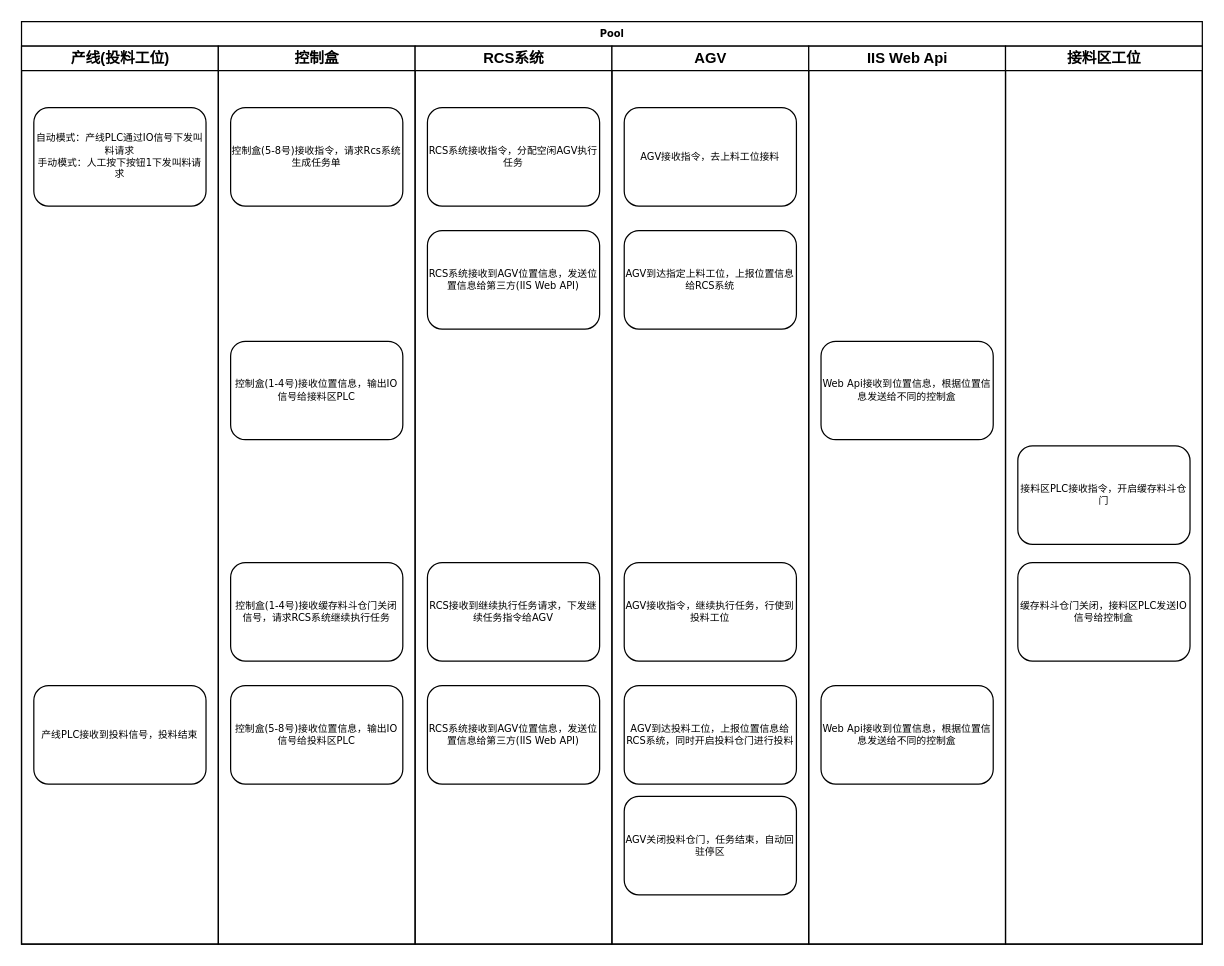
Above: data/0725逻辑图.drawio in chenyanxi/hosts (draw.io), before the change. Source tidied: cells renumbered, new cells numbered last; positions are measured from the earlier drawing's top-left corner, leaving out a move shared by most shapes. Both pictures are drawn from the tidied source at 123%, with x=0, y=0 at pixel (21, 21).
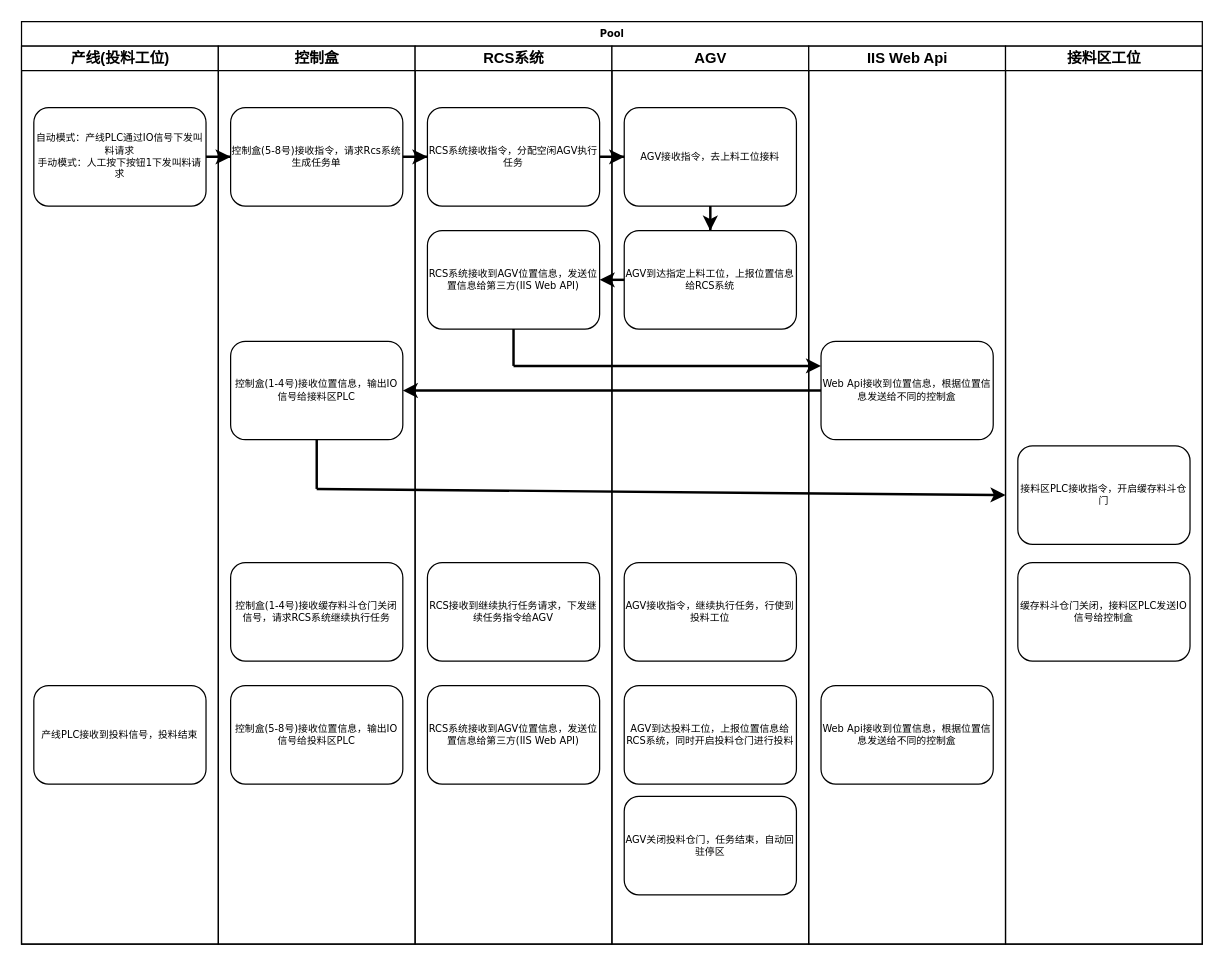
After the change.

Commit message (it also covers changes not shown here):
更新0725逻辑图.drawio

Unchanged cells that the change refers to:
```xml
<mxCell id="2" value="Pool" style="swimlane;html=1;startSize=20;rounded=0;shadow=0;labelBackgroundColor=none;strokeWidth=1;fontFamily=Verdana;fontSize=8;align=center;" parent="1" vertex="1">
  <mxGeometry width="960" height="750" as="geometry" />
</mxCell>
<mxCell id="4" value="自动模式：产线PLC通过IO信号下发叫料请求&lt;br&gt;手动模式：人工按下按钮1下发叫料请求" style="rounded=1;whiteSpace=wrap;html=1;shadow=0;labelBackgroundColor=none;strokeWidth=1;fontFamily=Verdana;fontSize=8;align=center;" parent="3" vertex="1">
  <mxGeometry x="10" y="50" width="140" height="80" as="geometry" />
</mxCell>
<mxCell id="7" value="控制盒(5-8号)接收指令，请求Rcs系统生成任务单" style="rounded=1;whiteSpace=wrap;html=1;shadow=0;labelBackgroundColor=none;strokeWidth=1;fontFamily=Verdana;fontSize=8;align=center;" parent="6" vertex="1">
  <mxGeometry x="10" y="50" width="140" height="80" as="geometry" />
</mxCell>
<mxCell id="8" value="控制盒(1-4号)接收位置信息，输出IO信号给接料区PLC" style="rounded=1;whiteSpace=wrap;html=1;shadow=0;labelBackgroundColor=none;strokeWidth=1;fontFamily=Verdana;fontSize=8;align=center;" parent="6" vertex="1">
  <mxGeometry x="10" y="240" width="140" height="80" as="geometry" />
</mxCell>
<mxCell id="12" value="RCS系统接收指令，分配空闲AGV执行任务" style="rounded=1;whiteSpace=wrap;html=1;shadow=0;labelBackgroundColor=none;strokeWidth=1;fontFamily=Verdana;fontSize=8;align=center;" parent="11" vertex="1">
  <mxGeometry x="10" y="50" width="140" height="80" as="geometry" />
</mxCell>
<mxCell id="13" value="RCS系统接收到AGV位置信息，发送位置信息给第三方(IIS Web API)" style="rounded=1;whiteSpace=wrap;html=1;shadow=0;labelBackgroundColor=none;strokeWidth=1;fontFamily=Verdana;fontSize=8;align=center;" parent="11" vertex="1">
  <mxGeometry x="10" y="150" width="140" height="80" as="geometry" />
</mxCell>
<mxCell id="16" value="AGV" style="swimlane;html=1;startSize=20;" parent="2" vertex="1">
  <mxGeometry x="480" y="20" width="160" height="730" as="geometry" />
</mxCell>
<mxCell id="17" value="AGV接收指令，去上料工位接料" style="rounded=1;whiteSpace=wrap;html=1;shadow=0;labelBackgroundColor=none;strokeWidth=1;fontFamily=Verdana;fontSize=8;align=center;" parent="16" vertex="1">
  <mxGeometry x="10" y="50" width="140" height="80" as="geometry" />
</mxCell>
<mxCell id="18" value="AGV到达指定上料工位，上报位置信息给RCS系统" style="rounded=1;whiteSpace=wrap;html=1;shadow=0;labelBackgroundColor=none;strokeWidth=1;fontFamily=Verdana;fontSize=8;align=center;" parent="16" vertex="1">
  <mxGeometry x="10" y="150" width="140" height="80" as="geometry" />
</mxCell>
<mxCell id="23" value="Web Api接收到位置信息，根据位置信息发送给不同的控制盒" style="rounded=1;whiteSpace=wrap;html=1;shadow=0;labelBackgroundColor=none;strokeWidth=1;fontFamily=Verdana;fontSize=8;align=center;" parent="22" vertex="1">
  <mxGeometry x="10" y="240" width="140" height="80" as="geometry" />
</mxCell>
<mxCell id="25" value="接料区工位" style="swimlane;html=1;startSize=20;" parent="2" vertex="1">
  <mxGeometry x="800" y="20" width="160" height="730" as="geometry" />
</mxCell>
```

The edit, as a diff of the source:
```diff
@@
+    <mxCell id="28" style="edgeStyle=orthogonalEdgeStyle;rounded=0;jettySize=auto;html=1;strokeWidth=2;" parent="16" edge="1" source="17" target="18">
+      <mxGeometry relative="1" as="geometry" />
+    </mxCell>
@@
+    <mxCell id="29" style="edgeStyle=orthogonalEdgeStyle;rounded=0;jettySize=auto;html=1;strokeWidth=2;" parent="2" edge="1" source="4" target="7">
+      <mxGeometry relative="1" as="geometry" />
+    </mxCell>
+    <mxCell id="30" style="edgeStyle=orthogonalEdgeStyle;rounded=0;jettySize=auto;html=1;strokeWidth=2;" parent="2" edge="1" source="7" target="12">
+      <mxGeometry relative="1" as="geometry" />
+    </mxCell>
+    <mxCell id="31" style="edgeStyle=orthogonalEdgeStyle;rounded=0;jettySize=auto;html=1;strokeWidth=2;" parent="2" edge="1" source="12" target="17">
+      <mxGeometry relative="1" as="geometry" />
+    </mxCell>
+    <mxCell id="32" style="endArrow=classic;html=1;rounded=0;entryX=1;entryY=0.5;entryDx=0;entryDy=0;exitX=0;exitY=0.5;exitDx=0;exitDy=0;strokeWidth=2;" parent="2" edge="1" source="18" target="13">
+      <mxGeometry relative="1" as="geometry" />
+    </mxCell>
+    <mxCell id="33" style="endArrow=classic;html=1;rounded=0;exitX=0;exitY=0.5;exitDx=0;exitDy=0;entryX=1;entryY=0.5;entryDx=0;entryDy=0;strokeWidth=2;" parent="2" edge="1" source="23" target="8">
+      <mxGeometry relative="1" as="geometry" />
+    </mxCell>
+    <mxCell id="34" style="endArrow=none;html=1;rounded=0;entryX=0.5;entryY=1;entryDx=0;entryDy=0;strokeWidth=2;" parent="1" edge="1" target="13">
+      <mxGeometry relative="1" as="geometry">
+        <mxPoint x="400" y="280" as="sourcePoint" />
+      </mxGeometry>
+    </mxCell>
+    <mxCell id="35" style="endArrow=classic;html=1;rounded=0;entryX=0;entryY=0.25;entryDx=0;entryDy=0;strokeWidth=2;" parent="1" edge="1" target="23">
+      <mxGeometry relative="1" as="geometry">
+        <mxPoint x="400" y="280" as="sourcePoint" />
+      </mxGeometry>
+    </mxCell>
+    <mxCell id="36" style="endArrow=none;html=1;rounded=0;exitX=0.5;exitY=1;exitDx=0;exitDy=0;strokeWidth=2;" parent="1" edge="1" source="8">
+      <mxGeometry relative="1" as="geometry">
+        <mxPoint x="240" y="380" as="targetPoint" />
+      </mxGeometry>
+    </mxCell>
+    <mxCell id="37" style="endArrow=classic;html=1;rounded=0;entryX=0;entryY=0.5;entryDx=0;entryDy=0;strokeWidth=2;" parent="1" edge="1" target="25">
+      <mxGeometry relative="1" as="geometry">
+        <mxPoint x="240" y="380" as="sourcePoint" />
+      </mxGeometry>
+    </mxCell>
```
